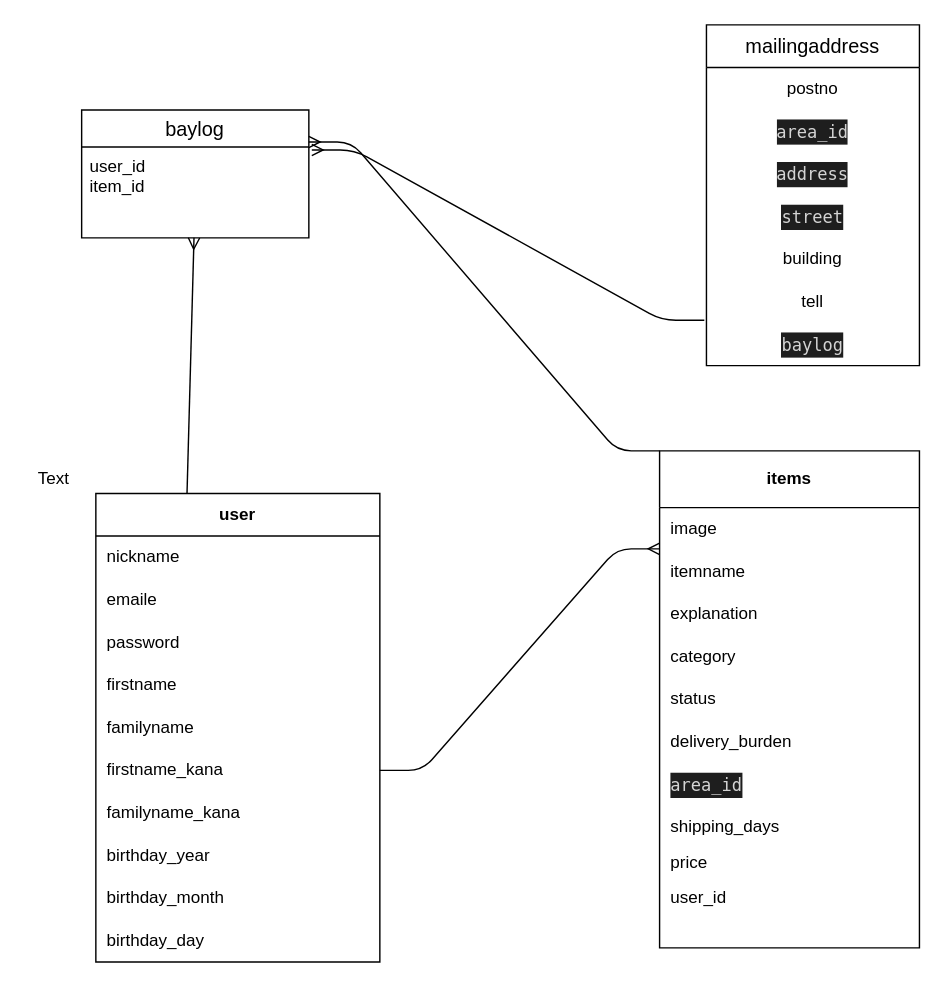
The draw.io diagram page "ページ1" (1 of 2) of furima.dio in Yuriman123/furima-32392, before the edit. Source tidied: cells renumbered, new cells numbered last; positions are measured from the earlier drawing's top-left corner, leaving out a move shared by most shapes. Both pictures are drawn from the tidied source at 142%, with x=0, y=0 at pixel (24, 24).
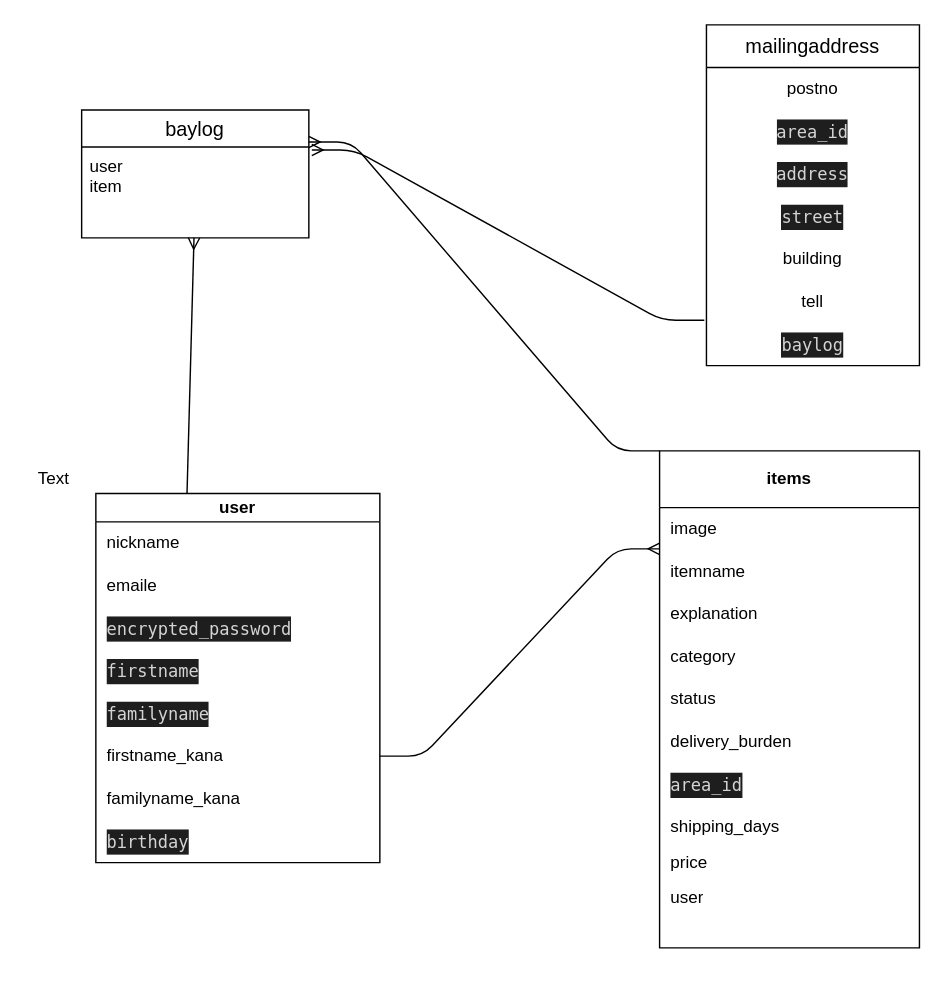
The same diagram, later.

The change refers to these unchanged cells:
```xml
<mxCell id="21" style="shape=partialRectangle;html=1;whiteSpace=wrap;fillColor=none;top=0;left=0;bottom=0;right=0;" parent="2" vertex="1">
  <mxGeometry y="300" width="183" height="30" as="geometry" />
</mxCell>
<mxCell id="44" value="baylog" style="swimlane;fontStyle=0;horizontal=1;startSize=26;align=center;fontSize=14;" parent="1" vertex="1">
  <mxGeometry x="40" y="60" width="160" height="90" as="geometry" />
</mxCell>
```

The edit, as a diff of the source:
```diff
@@
-    <mxCell id="22" value="user_id" style="shape=partialRectangle;html=1;whiteSpace=wrap;fillColor=none;top=0;left=0;bottom=0;right=0;align=left;spacingLeft=6;overflow=hidden;" parent="21" vertex="1">
+    <mxCell id="22" value="user" style="shape=partialRectangle;html=1;whiteSpace=wrap;fillColor=none;top=0;left=0;bottom=0;right=0;align=left;spacingLeft=6;overflow=hidden;" parent="21" vertex="1">
       <mxGeometry width="183" height="30" as="geometry" />
     </mxCell>
-    <mxCell id="23" value="user" style="shape=table;html=1;whiteSpace=wrap;startSize=30;childLayout=tableLayout;rowLines=0;fontStyle=1;align=center;" parent="1" vertex="1">
-      <mxGeometry x="50" y="330" width="200" height="330" as="geometry" />
+    <mxCell id="23" value="user" style="shape=table;html=1;whiteSpace=wrap;startSize=20;childLayout=tableLayout;rowLines=0;fontStyle=1;align=center;" parent="1" vertex="1">
+      <mxGeometry x="50" y="330" width="200" height="260" as="geometry" />
     </mxCell>
     <mxCell id="24" style="shape=partialRectangle;html=1;whiteSpace=wrap;fillColor=none;top=0;left=0;bottom=0;right=0;" parent="23" vertex="1">
-      <mxGeometry y="30" width="200" height="30" as="geometry" />
+      <mxGeometry y="20" width="200" height="30" as="geometry" />
     </mxCell>
@@
     <mxCell id="26" style="shape=partialRectangle;html=1;whiteSpace=wrap;fillColor=none;top=0;left=0;bottom=0;right=0;" parent="23" vertex="1">
-      <mxGeometry y="60" width="200" height="30" as="geometry" />
+      <mxGeometry y="50" width="200" height="30" as="geometry" />
     </mxCell>
@@
     <mxCell id="28" style="shape=partialRectangle;html=1;whiteSpace=wrap;fillColor=none;top=0;left=0;bottom=0;right=0;" parent="23" vertex="1">
-      <mxGeometry y="90" width="200" height="30" as="geometry" />
+      <mxGeometry y="80" width="200" height="30" as="geometry" />
     </mxCell>
-    <mxCell id="29" value="password" style="shape=partialRectangle;html=1;whiteSpace=wrap;fillColor=none;top=0;left=0;bottom=0;right=0;align=left;spacingLeft=6;overflow=hidden;" parent="28" vertex="1">
+    <mxCell id="29" value="&lt;div style=&quot;color: rgb(212 , 212 , 212) ; background-color: rgb(30 , 30 , 30) ; font-family: &amp;#34;menlo&amp;#34; , &amp;#34;monaco&amp;#34; , &amp;#34;courier new&amp;#34; , monospace ; line-height: 18px&quot;&gt; encrypted_password&lt;/div&gt;" style="shape=partialRectangle;html=1;whiteSpace=wrap;fillColor=none;top=0;left=0;bottom=0;right=0;align=left;spacingLeft=6;overflow=hidden;" parent="28" vertex="1">
       <mxGeometry width="200" height="30" as="geometry" />
     </mxCell>
     <mxCell id="30" style="shape=partialRectangle;html=1;whiteSpace=wrap;fillColor=none;top=0;left=0;bottom=0;right=0;" parent="23" vertex="1">
-      <mxGeometry y="120" width="200" height="30" as="geometry" />
+      <mxGeometry y="110" width="200" height="30" as="geometry" />
     </mxCell>
-    <mxCell id="31" value="firstname" style="shape=partialRectangle;html=1;whiteSpace=wrap;fillColor=none;top=0;left=0;bottom=0;right=0;align=left;spacingLeft=6;overflow=hidden;" parent="30" vertex="1">
+    <mxCell id="31" value="&lt;div style=&quot;color: rgb(212 , 212 , 212) ; background-color: rgb(30 , 30 , 30) ; font-family: &amp;#34;menlo&amp;#34; , &amp;#34;monaco&amp;#34; , &amp;#34;courier new&amp;#34; , monospace ; line-height: 18px&quot;&gt;firstname&lt;/div&gt;" style="shape=partialRectangle;html=1;whiteSpace=wrap;fillColor=none;top=0;left=0;bottom=0;right=0;align=left;spacingLeft=6;overflow=hidden;" parent="30" vertex="1">
       <mxGeometry width="200" height="30" as="geometry" />
     </mxCell>
     <mxCell id="32" style="shape=partialRectangle;html=1;whiteSpace=wrap;fillColor=none;top=0;left=0;bottom=0;right=0;" parent="23" vertex="1">
-      <mxGeometry y="150" width="200" height="30" as="geometry" />
+      <mxGeometry y="140" width="200" height="30" as="geometry" />
     </mxCell>
-    <mxCell id="33" value="familyname" style="shape=partialRectangle;html=1;whiteSpace=wrap;fillColor=none;top=0;left=0;bottom=0;right=0;align=left;spacingLeft=6;overflow=hidden;" parent="32" vertex="1">
+    <mxCell id="33" value="&lt;div style=&quot;color: rgb(212 , 212 , 212) ; background-color: rgb(30 , 30 , 30) ; font-family: &amp;#34;menlo&amp;#34; , &amp;#34;monaco&amp;#34; , &amp;#34;courier new&amp;#34; , monospace ; line-height: 18px&quot;&gt;familyname&lt;/div&gt;" style="shape=partialRectangle;html=1;whiteSpace=wrap;fillColor=none;top=0;left=0;bottom=0;right=0;align=left;spacingLeft=6;overflow=hidden;" parent="32" vertex="1">
       <mxGeometry width="200" height="30" as="geometry" />
     </mxCell>
     <mxCell id="34" style="shape=partialRectangle;html=1;whiteSpace=wrap;fillColor=none;top=0;left=0;bottom=0;right=0;points=[[0,0.5],[1,0.5]];portConstraint=eastwest;" parent="23" vertex="1">
-      <mxGeometry y="180" width="200" height="30" as="geometry" />
+      <mxGeometry y="170" width="200" height="30" as="geometry" />
     </mxCell>
@@
     <mxCell id="36" style="shape=partialRectangle;html=1;whiteSpace=wrap;fillColor=none;top=0;left=0;bottom=0;right=0;" parent="23" vertex="1">
-      <mxGeometry y="210" width="200" height="30" as="geometry" />
+      <mxGeometry y="200" width="200" height="30" as="geometry" />
     </mxCell>
@@
     <mxCell id="38" style="shape=partialRectangle;html=1;whiteSpace=wrap;fillColor=none;top=0;left=0;bottom=0;right=0;" parent="23" vertex="1">
-      <mxGeometry y="240" width="200" height="30" as="geometry" />
+      <mxGeometry y="230" width="200" height="30" as="geometry" />
     </mxCell>
-    <mxCell id="39" value="birthday_year" style="shape=partialRectangle;html=1;whiteSpace=wrap;fillColor=none;top=0;left=0;bottom=0;right=0;align=left;spacingLeft=6;overflow=hidden;" parent="38" vertex="1">
+    <mxCell id="39" value="&lt;div style=&quot;color: rgb(212 , 212 , 212) ; background-color: rgb(30 , 30 , 30) ; font-family: &amp;#34;menlo&amp;#34; , &amp;#34;monaco&amp;#34; , &amp;#34;courier new&amp;#34; , monospace ; line-height: 18px&quot;&gt;birthday &lt;/div&gt;" style="shape=partialRectangle;html=1;whiteSpace=wrap;fillColor=none;top=0;left=0;bottom=0;right=0;align=left;spacingLeft=6;overflow=hidden;" parent="38" vertex="1">
       <mxGeometry width="200" height="30" as="geometry" />
     </mxCell>
-    <mxCell id="40" style="shape=partialRectangle;html=1;whiteSpace=wrap;fillColor=none;top=0;left=0;bottom=0;right=0;" parent="23" vertex="1">
-      <mxGeometry y="270" width="200" height="30" as="geometry" />
-    </mxCell>
-    <mxCell id="41" value="birthday_month" style="shape=partialRectangle;html=1;whiteSpace=wrap;fillColor=none;top=0;left=0;bottom=0;right=0;align=left;spacingLeft=6;overflow=hidden;" parent="40" vertex="1">
-      <mxGeometry width="200" height="30" as="geometry" />
-    </mxCell>
-    <mxCell id="42" style="shape=partialRectangle;html=1;whiteSpace=wrap;fillColor=none;top=0;left=0;bottom=0;right=0;" parent="23" vertex="1">
-      <mxGeometry y="300" width="200" height="30" as="geometry" />
-    </mxCell>
-    <mxCell id="43" value="birthday_day" style="shape=partialRectangle;html=1;whiteSpace=wrap;fillColor=none;top=0;left=0;bottom=0;right=0;align=left;spacingLeft=6;overflow=hidden;" parent="42" vertex="1">
-      <mxGeometry width="200" height="30" as="geometry" />
-    </mxCell>
@@
-    <mxCell id="45" value="user_id&#10;item_id" style="text;strokeColor=none;fillColor=none;spacingLeft=4;spacingRight=4;overflow=hidden;points=[[0,0.5],[1,0.5]];portConstraint=eastwest;fontSize=12;" parent="44" vertex="1">
+    <mxCell id="45" value="user&#10;item" style="text;strokeColor=none;fillColor=none;spacingLeft=4;spacingRight=4;overflow=hidden;points=[[0,0.5],[1,0.5]];portConstraint=eastwest;fontSize=12;" parent="44" vertex="1">
       <mxGeometry y="26" width="160" height="64" as="geometry" />
     </mxCell>
```
